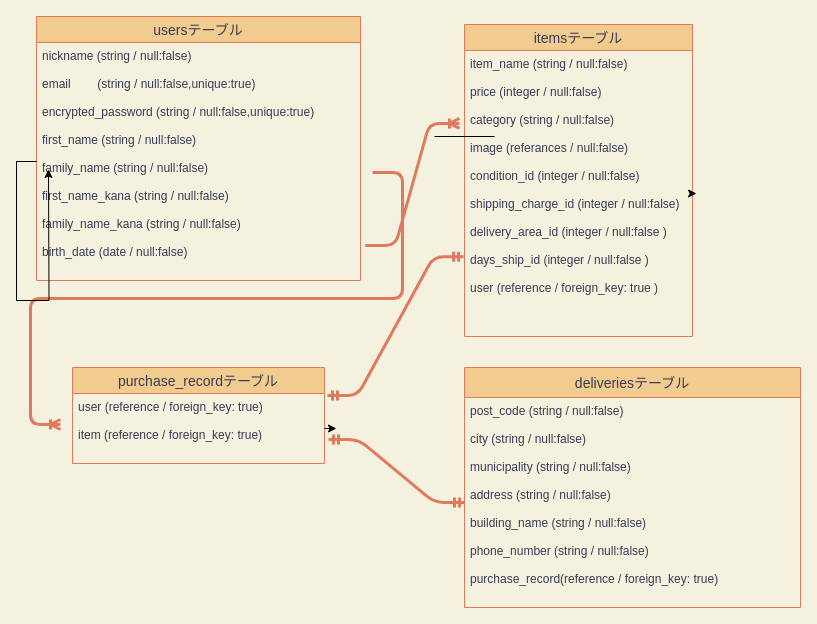
The draw.io diagram test.dio in kikuchi890519/furima-35249, before the edit. Source tidied: cells renumbered, new cells numbered last; positions are measured from the earlier drawing's top-left corner, leaving out a move shared by most shapes. Both pictures are drawn from the tidied source at 100%, with x=0, y=0 at pixel (36, 16).
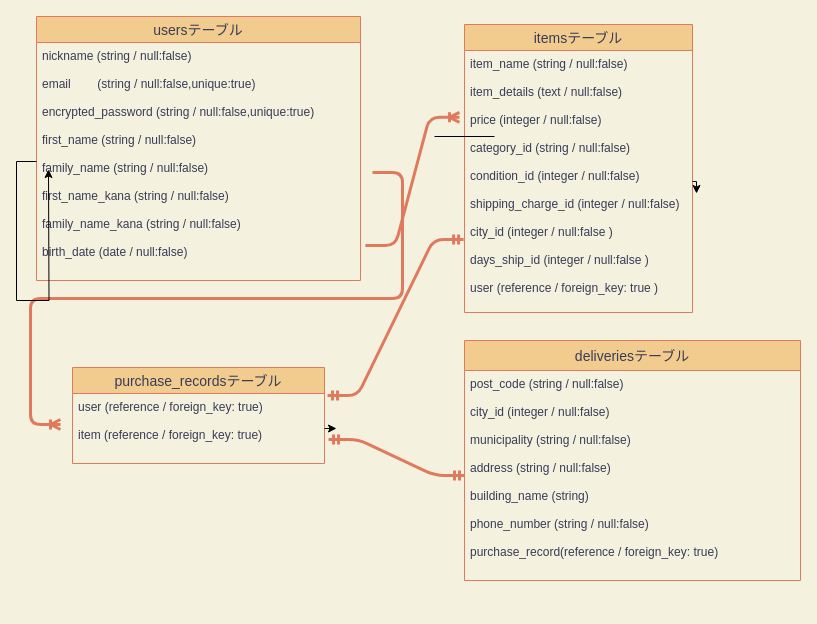
The same page after the edit.

Commit message (it also covers changes not shown here):
データベース設計修正

The edit, as a diff of the source:
```diff
@@
-    <mxCell id="2" value="purchase_recordテーブル" style="swimlane;fontStyle=0;horizontal=1;startSize=26;align=center;fontSize=14;fillColor=#F2CC8F;strokeColor=#E07A5F;fontColor=#393C56;" parent="1" vertex="1">
+    <mxCell id="2" value="purchase_recordsテーブル" style="swimlane;fontStyle=0;horizontal=1;startSize=26;align=center;fontSize=14;fillColor=#F2CC8F;strokeColor=#E07A5F;fontColor=#393C56;" parent="1" vertex="1">
       <mxGeometry x="36" y="351" width="252" height="96" as="geometry" />
     </mxCell>
@@
     <mxCell id="4" value="deliveriesテーブル" style="swimlane;fontStyle=0;horizontal=1;startSize=30;align=center;fontSize=14;fillColor=#F2CC8F;strokeColor=#E07A5F;fontColor=#393C56;" parent="1" vertex="1">
-      <mxGeometry x="428" y="351" width="336" height="240" as="geometry" />
+      <mxGeometry x="428" y="324" width="336" height="240" as="geometry" />
     </mxCell>
-    <mxCell id="5" value="post_code (string / null:false)&#10;&#10;city (string / null:false)&#10;&#10;municipality (string / null:false)&#10;&#10;address (string / null:false)&#10;&#10;building_name (string / null:false)&#10;&#10;phone_number (string / null:false)&#10;&#10;purchase_record(reference / foreign_key: true)" style="text;strokeColor=none;fillColor=none;spacingLeft=4;spacingRight=4;overflow=hidden;points=[[0,0.5],[1,0.5]];portConstraint=eastwest;fontSize=12;fontColor=#393C56;" parent="4" vertex="1">
+    <mxCell id="5" value="post_code (string / null:false)&#10;&#10;city_id (integer / null:false)&#10;&#10;municipality (string / null:false)&#10;&#10;address (string / null:false)&#10;&#10;building_name (string)&#10;&#10;phone_number (string / null:false)&#10;&#10;purchase_record(reference / foreign_key: true)" style="text;strokeColor=none;fillColor=none;spacingLeft=4;spacingRight=4;overflow=hidden;points=[[0,0.5],[1,0.5]];portConstraint=eastwest;fontSize=12;fontColor=#393C56;" parent="4" vertex="1">
       <mxGeometry y="30" width="336" height="210" as="geometry" />
     </mxCell>
     <mxCell id="6" value="itemsテーブル" style="swimlane;fontStyle=0;horizontal=1;startSize=26;align=center;fontSize=14;fillColor=#F2CC8F;strokeColor=#E07A5F;fontColor=#393C56;" parent="1" vertex="1">
-      <mxGeometry x="428" y="8" width="228" height="312" as="geometry" />
+      <mxGeometry x="428" y="8" width="228" height="288" as="geometry" />
     </mxCell>
@@
-    <mxCell id="8" value="item_name (string / null:false)&#10;&#10;price (integer / null:false)&#10;&#10;category (string / null:false)&#10;&#10;image (referances / null:false)&#10;&#10;condition_id (integer / null:false)&#10;&#10;shipping_charge_id (integer / null:false)&#10;&#10;delivery_area_id (integer / null:false )&#10;&#10;days_ship_id (integer / null:false )&#10;&#10;user (reference / foreign_key: true )" style="text;strokeColor=none;fillColor=none;spacingLeft=4;spacingRight=4;overflow=hidden;points=[[0,0.5],[1,0.5]];portConstraint=eastwest;fontSize=12;fontColor=#393C56;" parent="6" vertex="1">
-      <mxGeometry y="26" width="228" height="286" as="geometry" />
+    <mxCell id="8" value="item_name (string / null:false)&#10;&#10;item_details (text / null:false)&#10;&#10;price (integer / null:false)&#10;&#10;category_id (string / null:false)&#10;&#10;condition_id (integer / null:false)&#10;&#10;shipping_charge_id (integer / null:false)&#10;&#10;city_id (integer / null:false )&#10;&#10;days_ship_id (integer / null:false )&#10;&#10;user (reference / foreign_key: true )" style="text;strokeColor=none;fillColor=none;spacingLeft=4;spacingRight=4;overflow=hidden;points=[[0,0.5],[1,0.5]];portConstraint=eastwest;fontSize=12;fontColor=#393C56;" parent="6" vertex="1">
+      <mxGeometry y="26" width="228" height="262" as="geometry" />
     </mxCell>
```
